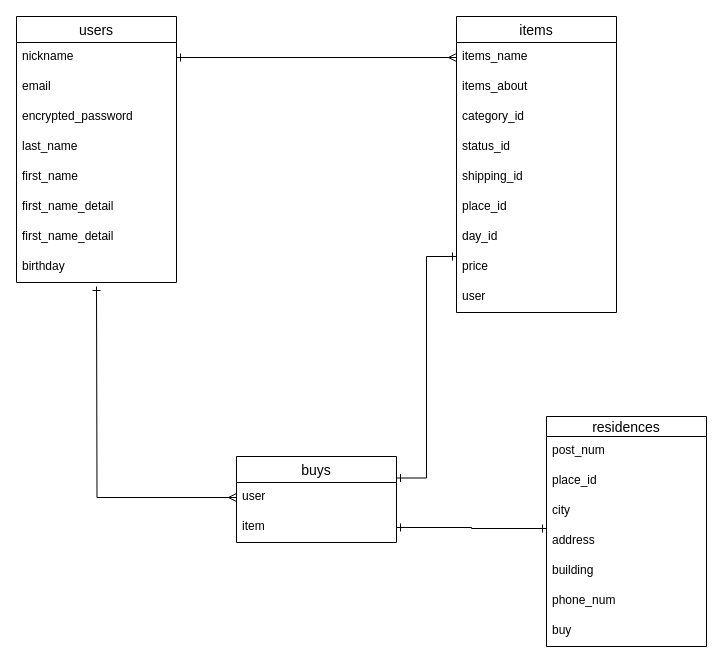
This is er.dio from KantoWatanabe023/furima-35539, a draw.io file, before an edit. Source tidied: cells renumbered, new cells numbered last; positions are measured from the earlier drawing's top-left corner, leaving out a move shared by most shapes. Both pictures are drawn from the tidied source at 100%, with x=0, y=0 at pixel (16, 16).
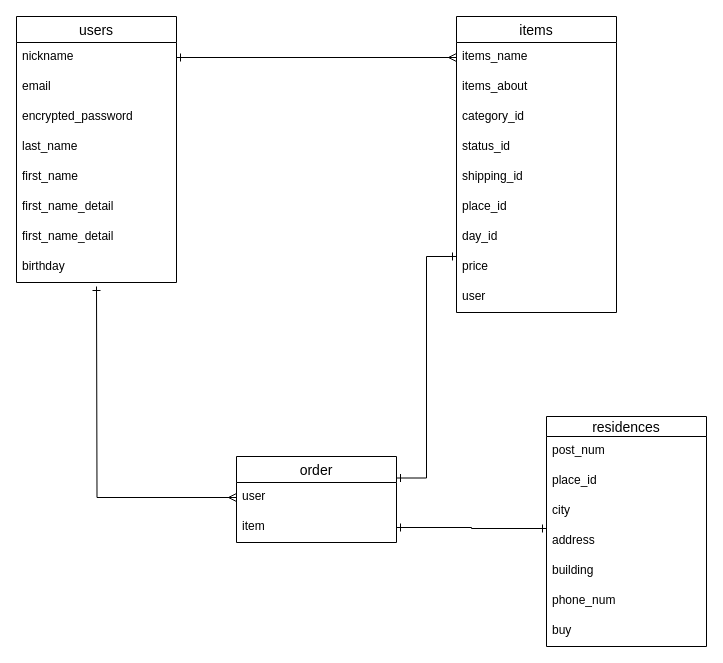
The same diagram, later.

The edit, as a diff of the source:
```diff
@@
-    <mxCell id="31" value="buys" style="swimlane;fontStyle=0;horizontal=1;startSize=26;align=center;fontSize=14;" parent="1" vertex="1">
+    <mxCell id="31" value="order" style="swimlane;fontStyle=0;horizontal=1;startSize=26;align=center;fontSize=14;" parent="1" vertex="1">
       <mxGeometry x="220" y="440" width="160" height="86" as="geometry" />
     </mxCell>
```
